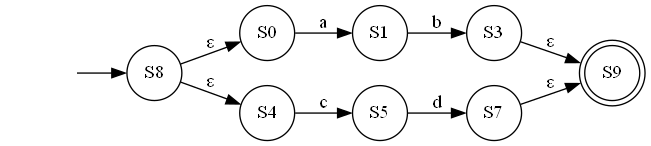
youssefhassan01/Compilers_Assignment keeps this Graphviz diagram as NFA Visualization.gv.png. Above is the earlier version. Its source is kept beside it as NFA Visualization.gv.
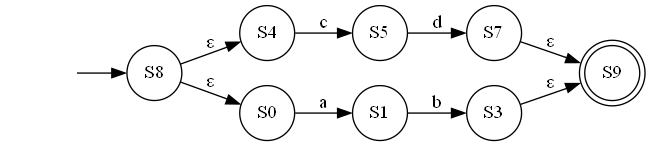
After the commit.

The edit, as a diff of the source:
```diff
@@ -2,13 +2,13 @@
 	graph [rankdir=LR]
 	"" [label="" shape=plaintext]
 	S9 [label=S9 shape=doublecircle]
+	S8 [label=S8 shape=circle]
+	S5 [label=S5 shape=circle]
+	S3 [label=S3 shape=circle]
+	S4 [label=S4 shape=circle]
 	S0 [label=S0 shape=circle]
+	S7 [label=S7 shape=circle]
 	S1 [label=S1 shape=circle]
-	S7 [label=S7 shape=circle]
-	S8 [label=S8 shape=circle]
-	S4 [label=S4 shape=circle]
-	S3 [label=S3 shape=circle]
-	S5 [label=S5 shape=circle]
 	"" -> S8 [label=""]
 	S0 -> S1 [label=a]
 	S1 -> S3 [label=b]
```
